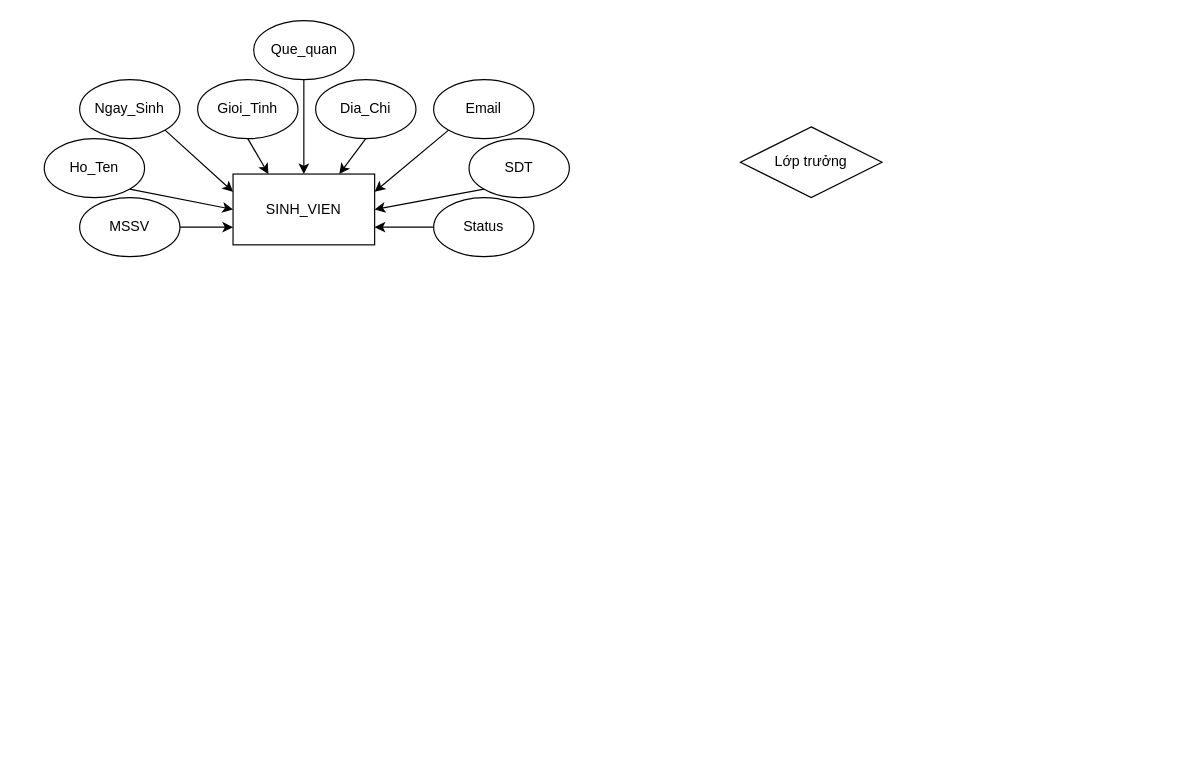
This is Untitled Diagram.drawio from JosephD0310/Database, a draw.io file, before an edit. Source tidied: cells renumbered, new cells numbered last; positions are measured from the earlier drawing's top-left corner, leaving out a move shared by most shapes. Both pictures are drawn from the tidied source at 118%, with x=0, y=0 at pixel (44, 20).
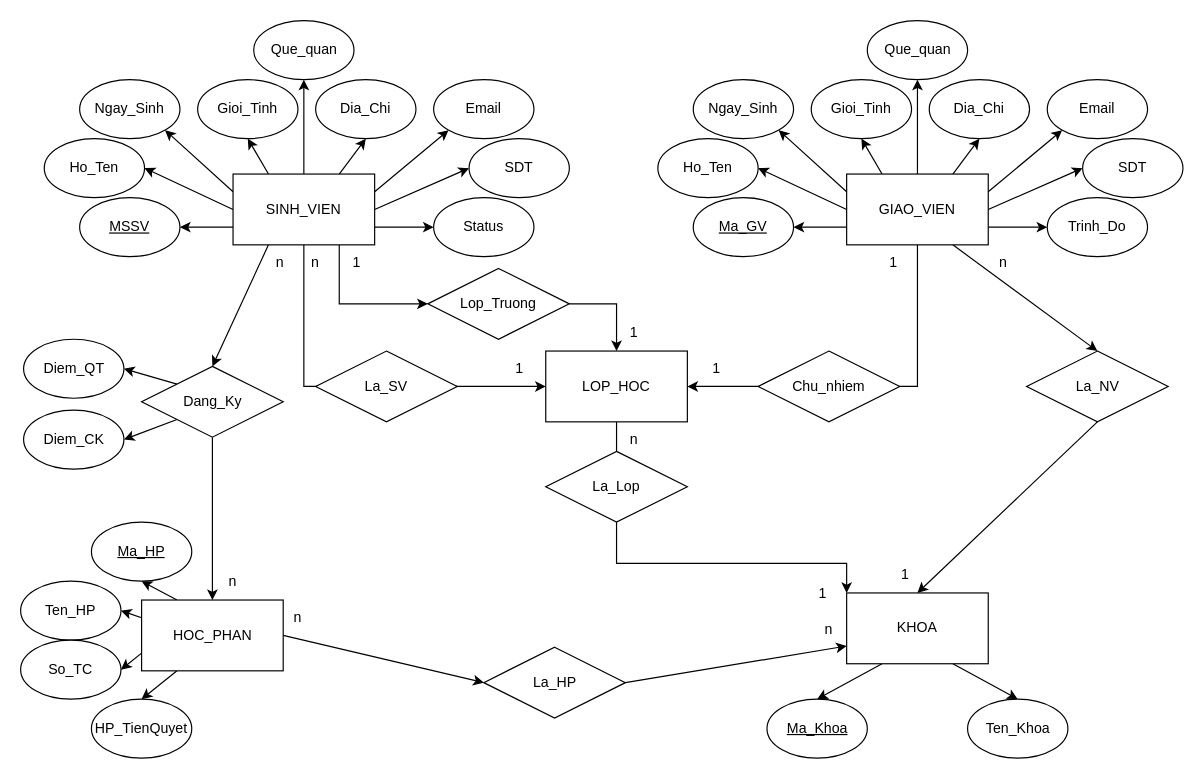
Above is the later version.

Unchanged cells that the change refers to:
```xml
<mxCell id="5" value="Ho_Ten" style="ellipse;whiteSpace=wrap;html=1;" parent="1" vertex="1">
  <mxGeometry y="100" width="85" height="50" as="geometry" />
</mxCell>
<mxCell id="7" value="Ngay_Sinh" style="ellipse;whiteSpace=wrap;html=1;" parent="1" vertex="1">
  <mxGeometry x="30" y="50" width="85" height="50" as="geometry" />
</mxCell>
<mxCell id="9" value="Que_quan" style="ellipse;whiteSpace=wrap;html=1;" parent="1" vertex="1">
  <mxGeometry x="177.5" width="85" height="50" as="geometry" />
</mxCell>
<mxCell id="11" value="Email" style="ellipse;whiteSpace=wrap;html=1;" parent="1" vertex="1">
  <mxGeometry x="330" y="50" width="85" height="50" as="geometry" />
</mxCell>
<mxCell id="13" value="SDT" style="ellipse;whiteSpace=wrap;html=1;" parent="1" vertex="1">
  <mxGeometry x="360" y="100" width="85" height="50" as="geometry" />
</mxCell>
<mxCell id="14" value="SINH_VIEN" style="rounded=0;whiteSpace=wrap;html=1;" parent="1" vertex="1">
  <mxGeometry x="160" y="130" width="120" height="60" as="geometry" />
</mxCell>
<mxCell id="17" value="Gioi_Tinh" style="ellipse;whiteSpace=wrap;html=1;" parent="1" vertex="1">
  <mxGeometry x="130" y="50" width="85" height="50" as="geometry" />
</mxCell>
<mxCell id="19" value="Dia_Chi" style="ellipse;whiteSpace=wrap;html=1;" parent="1" vertex="1">
  <mxGeometry x="230" y="50" width="85" height="50" as="geometry" />
</mxCell>
<mxCell id="21" value="Status" style="ellipse;whiteSpace=wrap;html=1;" parent="1" vertex="1">
  <mxGeometry x="330" y="150" width="85" height="50" as="geometry" />
</mxCell>
```

Change to the diagram source:
```diff
@@
-    <mxCell id="2" style="edgeStyle=none;rounded=0;jettySize=auto;html=1;exitX=1;exitY=0.5;exitDx=0;exitDy=0;entryX=0;entryY=0.75;entryDx=0;entryDy=0;" parent="1" edge="1" source="3" target="14">
-      <mxGeometry relative="1" as="geometry" />
-    </mxCell>
+    <mxCell id="22" style="edgeStyle=orthogonalEdgeStyle;rounded=0;jettySize=auto;html=1;exitX=0.5;exitY=1;exitDx=0;exitDy=0;" parent="1" edge="1" source="68" target="59">
+      <mxGeometry relative="1" as="geometry">
+        <Array as="points">
+          <mxPoint x="485" y="460" />
+          <mxPoint x="680" y="460" />
+        </Array>
+      </mxGeometry>
+    </mxCell>
-    <mxCell id="3" value="MSSV" style="ellipse;whiteSpace=wrap;html=1;" parent="1" vertex="1">
+    <mxCell id="3" value="&lt;u&gt;MSSV&lt;/u&gt;" style="ellipse;whiteSpace=wrap;html=1;" parent="1" vertex="1">
       <mxGeometry x="30" y="150" width="85" height="50" as="geometry" />
     </mxCell>
-    <mxCell id="4" style="edgeStyle=none;rounded=0;jettySize=auto;html=1;exitX=1;exitY=1;exitDx=0;exitDy=0;entryX=0;entryY=0.5;entryDx=0;entryDy=0;" parent="1" edge="1" source="5" target="14">
-      <mxGeometry relative="1" as="geometry" />
-    </mxCell>
@@
-    <mxCell id="6" style="edgeStyle=none;rounded=0;jettySize=auto;html=1;exitX=1;exitY=1;exitDx=0;exitDy=0;entryX=0;entryY=0.25;entryDx=0;entryDy=0;" parent="1" edge="1" source="7" target="14">
-      <mxGeometry relative="1" as="geometry" />
-    </mxCell>
@@
-    <mxCell id="8" style="edgeStyle=none;rounded=0;jettySize=auto;html=1;exitX=0.5;exitY=1;exitDx=0;exitDy=0;entryX=0.5;entryY=0;entryDx=0;entryDy=0;" parent="1" edge="1" source="9" target="14">
-      <mxGeometry relative="1" as="geometry" />
-    </mxCell>
@@
-    <mxCell id="10" style="edgeStyle=none;rounded=0;jettySize=auto;html=1;exitX=0;exitY=1;exitDx=0;exitDy=0;entryX=1;entryY=0.25;entryDx=0;entryDy=0;" parent="1" edge="1" source="11" target="14">
-      <mxGeometry relative="1" as="geometry" />
-    </mxCell>
@@
-    <mxCell id="12" style="edgeStyle=none;rounded=0;jettySize=auto;html=1;exitX=0;exitY=1;exitDx=0;exitDy=0;entryX=1;entryY=0.5;entryDx=0;entryDy=0;" parent="1" edge="1" source="13" target="14">
-      <mxGeometry relative="1" as="geometry" />
-    </mxCell>
@@
+    <mxCell id="23" style="edgeStyle=none;rounded=0;jettySize=auto;html=1;exitX=0;exitY=0.75;exitDx=0;exitDy=0;entryX=1;entryY=0.5;entryDx=0;entryDy=0;" parent="1" edge="1" source="14" target="3">
+      <mxGeometry relative="1" as="geometry" />
+    </mxCell>
+    <mxCell id="24" style="edgeStyle=none;rounded=0;jettySize=auto;html=1;exitX=0;exitY=0.5;exitDx=0;exitDy=0;entryX=1;entryY=0.5;entryDx=0;entryDy=0;" parent="1" edge="1" source="14" target="5">
+      <mxGeometry relative="1" as="geometry" />
+    </mxCell>
+    <mxCell id="25" style="edgeStyle=none;rounded=0;jettySize=auto;html=1;exitX=0;exitY=0.25;exitDx=0;exitDy=0;entryX=1;entryY=1;entryDx=0;entryDy=0;" parent="1" edge="1" source="14" target="7">
+      <mxGeometry relative="1" as="geometry" />
+    </mxCell>
+    <mxCell id="26" style="edgeStyle=none;rounded=0;jettySize=auto;html=1;exitX=0.25;exitY=0;exitDx=0;exitDy=0;entryX=0.5;entryY=1;entryDx=0;entryDy=0;" parent="1" edge="1" source="14" target="17">
+      <mxGeometry relative="1" as="geometry" />
+    </mxCell>
+    <mxCell id="27" style="edgeStyle=none;rounded=0;jettySize=auto;html=1;exitX=0.5;exitY=0;exitDx=0;exitDy=0;entryX=0.5;entryY=1;entryDx=0;entryDy=0;" parent="1" edge="1" source="14" target="9">
+      <mxGeometry relative="1" as="geometry" />
+    </mxCell>
+    <mxCell id="28" style="edgeStyle=none;rounded=0;jettySize=auto;html=1;exitX=0.75;exitY=0;exitDx=0;exitDy=0;entryX=0.5;entryY=1;entryDx=0;entryDy=0;" parent="1" edge="1" source="14" target="19">
+      <mxGeometry relative="1" as="geometry" />
+    </mxCell>
+    <mxCell id="29" style="edgeStyle=none;rounded=0;jettySize=auto;html=1;exitX=1;exitY=0.25;exitDx=0;exitDy=0;entryX=0;entryY=1;entryDx=0;entryDy=0;" parent="1" edge="1" source="14" target="11">
+      <mxGeometry relative="1" as="geometry" />
+    </mxCell>
+    <mxCell id="30" style="edgeStyle=none;rounded=0;jettySize=auto;html=1;exitX=1;exitY=0.5;exitDx=0;exitDy=0;entryX=0;entryY=0.5;entryDx=0;entryDy=0;" parent="1" edge="1" source="14" target="13">
+      <mxGeometry relative="1" as="geometry" />
+    </mxCell>
+    <mxCell id="31" style="edgeStyle=none;rounded=0;jettySize=auto;html=1;exitX=1;exitY=0.75;exitDx=0;exitDy=0;entryX=0;entryY=0.5;entryDx=0;entryDy=0;" parent="1" edge="1" source="14" target="21">
+      <mxGeometry relative="1" as="geometry" />
+    </mxCell>
+    <mxCell id="32" style="edgeStyle=orthogonalEdgeStyle;rounded=0;jettySize=auto;html=1;exitX=0.5;exitY=1;exitDx=0;exitDy=0;entryX=0;entryY=0.5;entryDx=0;entryDy=0;" parent="1" edge="1" source="14" target="68">
+      <mxGeometry relative="1" as="geometry" />
+    </mxCell>
+    <mxCell id="33" style="edgeStyle=orthogonalEdgeStyle;rounded=0;jettySize=auto;html=1;exitX=0.75;exitY=1;exitDx=0;exitDy=0;entryX=0;entryY=0.5;entryDx=0;entryDy=0;" parent="1" edge="1" source="14" target="15">
+      <mxGeometry relative="1" as="geometry" />
+    </mxCell>
+    <mxCell id="34" style="rounded=0;jettySize=auto;html=1;exitX=0.5;exitY=1;exitDx=0;exitDy=0;entryX=0.5;entryY=0;entryDx=0;entryDy=0;" parent="1" edge="1" source="95" target="81">
+      <mxGeometry relative="1" as="geometry" />
+    </mxCell>
@@
+    <mxCell id="35" style="edgeStyle=orthogonalEdgeStyle;rounded=0;jettySize=auto;html=1;exitX=1;exitY=0.5;exitDx=0;exitDy=0;" parent="1" edge="1" source="15" target="68">
+      <mxGeometry relative="1" as="geometry" />
+    </mxCell>
-    <mxCell id="15" value="Lớp trưởng" style="rhombus;whiteSpace=wrap;html=1;" parent="1" vertex="1">
-      <mxGeometry x="590" y="90" width="120" height="60" as="geometry" />
+    <mxCell id="15" value="Lop_Truong" style="rhombus;whiteSpace=wrap;html=1;" parent="1" vertex="1">
+      <mxGeometry x="325" y="210" width="120" height="60" as="geometry" />
     </mxCell>
-    <mxCell id="16" style="edgeStyle=none;rounded=0;jettySize=auto;html=1;exitX=0.5;exitY=1;exitDx=0;exitDy=0;entryX=0.25;entryY=0;entryDx=0;entryDy=0;" parent="1" edge="1" source="17" target="14">
-      <mxGeometry relative="1" as="geometry" />
-    </mxCell>
@@
-    <mxCell id="18" style="edgeStyle=none;rounded=0;jettySize=auto;html=1;exitX=0.5;exitY=1;exitDx=0;exitDy=0;entryX=0.75;entryY=0;entryDx=0;entryDy=0;" parent="1" edge="1" source="19" target="14">
-      <mxGeometry relative="1" as="geometry" />
-    </mxCell>
@@
-    <mxCell id="20" style="edgeStyle=none;rounded=0;jettySize=auto;html=1;exitX=0;exitY=0.5;exitDx=0;exitDy=0;entryX=1;entryY=0.75;entryDx=0;entryDy=0;" parent="1" edge="1" source="21" target="14">
-      <mxGeometry relative="1" as="geometry" />
-    </mxCell>
@@
+    <mxCell id="36" value="&lt;u&gt;Ma_GV&lt;/u&gt;" style="ellipse;whiteSpace=wrap;html=1;" parent="1" vertex="1">
+      <mxGeometry x="550" y="150" width="85" height="50" as="geometry" />
+    </mxCell>
+    <mxCell id="37" value="Ho_Ten" style="ellipse;whiteSpace=wrap;html=1;" parent="1" vertex="1">
+      <mxGeometry x="520" y="100" width="85" height="50" as="geometry" />
+    </mxCell>
+    <mxCell id="38" value="Ngay_Sinh" style="ellipse;whiteSpace=wrap;html=1;" parent="1" vertex="1">
+      <mxGeometry x="550" y="50" width="85" height="50" as="geometry" />
+    </mxCell>
+    <mxCell id="39" value="Que_quan" style="ellipse;whiteSpace=wrap;html=1;" parent="1" vertex="1">
+      <mxGeometry x="697.5" width="85" height="50" as="geometry" />
+    </mxCell>
+    <mxCell id="40" value="Email" style="ellipse;whiteSpace=wrap;html=1;" parent="1" vertex="1">
+      <mxGeometry x="850" y="50" width="85" height="50" as="geometry" />
+    </mxCell>
+    <mxCell id="41" value="SDT" style="ellipse;whiteSpace=wrap;html=1;" parent="1" vertex="1">
+      <mxGeometry x="880" y="100" width="85" height="50" as="geometry" />
+    </mxCell>
+    <mxCell id="42" style="edgeStyle=none;rounded=0;jettySize=auto;html=1;exitX=0;exitY=0.75;exitDx=0;exitDy=0;entryX=1;entryY=0.5;entryDx=0;entryDy=0;" parent="1" edge="1" source="53" target="36">
+      <mxGeometry relative="1" as="geometry" />
+    </mxCell>
+    <mxCell id="43" style="edgeStyle=none;rounded=0;jettySize=auto;html=1;exitX=0;exitY=0.5;exitDx=0;exitDy=0;entryX=1;entryY=0.5;entryDx=0;entryDy=0;" parent="1" edge="1" source="53" target="37">
+      <mxGeometry relative="1" as="geometry" />
+    </mxCell>
+    <mxCell id="44" style="edgeStyle=none;rounded=0;jettySize=auto;html=1;exitX=0;exitY=0.25;exitDx=0;exitDy=0;entryX=1;entryY=1;entryDx=0;entryDy=0;" parent="1" edge="1" source="53" target="38">
+      <mxGeometry relative="1" as="geometry" />
+    </mxCell>
+    <mxCell id="45" style="edgeStyle=none;rounded=0;jettySize=auto;html=1;exitX=0.25;exitY=0;exitDx=0;exitDy=0;entryX=0.5;entryY=1;entryDx=0;entryDy=0;" parent="1" edge="1" source="53" target="54">
+      <mxGeometry relative="1" as="geometry" />
+    </mxCell>
+    <mxCell id="46" style="edgeStyle=none;rounded=0;jettySize=auto;html=1;exitX=0.5;exitY=0;exitDx=0;exitDy=0;entryX=0.5;entryY=1;entryDx=0;entryDy=0;" parent="1" edge="1" source="53" target="39">
+      <mxGeometry relative="1" as="geometry" />
+    </mxCell>
+    <mxCell id="47" style="edgeStyle=none;rounded=0;jettySize=auto;html=1;exitX=0.75;exitY=0;exitDx=0;exitDy=0;entryX=0.5;entryY=1;entryDx=0;entryDy=0;" parent="1" edge="1" source="53" target="55">
+      <mxGeometry relative="1" as="geometry" />
+    </mxCell>
+    <mxCell id="48" style="edgeStyle=none;rounded=0;jettySize=auto;html=1;exitX=1;exitY=0.25;exitDx=0;exitDy=0;entryX=0;entryY=1;entryDx=0;entryDy=0;" parent="1" edge="1" source="53" target="40">
+      <mxGeometry relative="1" as="geometry" />
+    </mxCell>
+    <mxCell id="49" style="edgeStyle=none;rounded=0;jettySize=auto;html=1;exitX=1;exitY=0.5;exitDx=0;exitDy=0;entryX=0;entryY=0.5;entryDx=0;entryDy=0;" parent="1" edge="1" source="53" target="41">
+      <mxGeometry relative="1" as="geometry" />
+    </mxCell>
+    <mxCell id="50" style="edgeStyle=none;rounded=0;jettySize=auto;html=1;exitX=1;exitY=0.75;exitDx=0;exitDy=0;entryX=0;entryY=0.5;entryDx=0;entryDy=0;" parent="1" edge="1" source="53" target="56">
+      <mxGeometry relative="1" as="geometry" />
+    </mxCell>
+    <mxCell id="51" style="edgeStyle=orthogonalEdgeStyle;rounded=0;jettySize=auto;html=1;exitX=0.5;exitY=1;exitDx=0;exitDy=0;entryX=1;entryY=0.5;entryDx=0;entryDy=0;" parent="1" edge="1" source="53" target="68">
+      <mxGeometry relative="1" as="geometry" />
+    </mxCell>
+    <mxCell id="52" style="edgeStyle=none;rounded=0;jettySize=auto;html=1;exitX=0.75;exitY=1;exitDx=0;exitDy=0;entryX=0.5;entryY=0;entryDx=0;entryDy=0;" parent="1" edge="1" source="53" target="73">
+      <mxGeometry relative="1" as="geometry" />
+    </mxCell>
+    <mxCell id="53" value="GIAO_VIEN" style="rounded=0;whiteSpace=wrap;html=1;" parent="1" vertex="1">
+      <mxGeometry x="680" y="130" width="120" height="60" as="geometry" />
+    </mxCell>
+    <mxCell id="54" value="Gioi_Tinh" style="ellipse;whiteSpace=wrap;html=1;" parent="1" vertex="1">
+      <mxGeometry x="650" y="50" width="85" height="50" as="geometry" />
+    </mxCell>
+    <mxCell id="55" value="Dia_Chi" style="ellipse;whiteSpace=wrap;html=1;" parent="1" vertex="1">
+      <mxGeometry x="750" y="50" width="85" height="50" as="geometry" />
+    </mxCell>
+    <mxCell id="56" value="Trinh_Do" style="ellipse;whiteSpace=wrap;html=1;" parent="1" vertex="1">
+      <mxGeometry x="850" y="150" width="85" height="50" as="geometry" />
+    </mxCell>
+    <mxCell id="57" style="edgeStyle=none;rounded=0;jettySize=auto;html=1;exitX=0.25;exitY=1;exitDx=0;exitDy=0;entryX=0.5;entryY=0;entryDx=0;entryDy=0;" parent="1" edge="1" source="59" target="60">
+      <mxGeometry relative="1" as="geometry" />
+    </mxCell>
+    <mxCell id="58" style="edgeStyle=none;rounded=0;jettySize=auto;html=1;exitX=0.75;exitY=1;exitDx=0;exitDy=0;entryX=0.5;entryY=0;entryDx=0;entryDy=0;" parent="1" edge="1" source="59" target="61">
+      <mxGeometry relative="1" as="geometry" />
+    </mxCell>
+    <mxCell id="59" value="KHOA" style="rounded=0;whiteSpace=wrap;html=1;" parent="1" vertex="1">
+      <mxGeometry x="680" y="485" width="120" height="60" as="geometry" />
+    </mxCell>
+    <mxCell id="60" value="&lt;u&gt;Ma_Khoa&lt;/u&gt;" style="ellipse;whiteSpace=wrap;html=1;" parent="1" vertex="1">
+      <mxGeometry x="612.5" y="575" width="85" height="50" as="geometry" />
+    </mxCell>
+    <mxCell id="61" value="Ten_Khoa" style="ellipse;whiteSpace=wrap;html=1;" parent="1" vertex="1">
+      <mxGeometry x="782.5" y="575" width="85" height="50" as="geometry" />
+    </mxCell>
+    <mxCell id="62" value="n" style="text;html=1;strokeColor=none;fillColor=none;align=center;verticalAlign=middle;whiteSpace=wrap;rounded=0;" parent="1" vertex="1">
+      <mxGeometry x="200" y="190" width="60" height="30" as="geometry" />
+    </mxCell>
+    <mxCell id="63" value="1" style="text;html=1;strokeColor=none;fillColor=none;align=center;verticalAlign=middle;whiteSpace=wrap;rounded=0;" parent="1" vertex="1">
+      <mxGeometry x="372.5" y="280" width="60" height="30" as="geometry" />
+    </mxCell>
+    <mxCell id="64" value="n" style="text;html=1;strokeColor=none;fillColor=none;align=center;verticalAlign=middle;whiteSpace=wrap;rounded=0;" parent="1" vertex="1">
+      <mxGeometry x="470" y="340" width="60" height="30" as="geometry" />
+    </mxCell>
+    <mxCell id="65" value="1" style="text;html=1;strokeColor=none;fillColor=none;align=center;verticalAlign=middle;whiteSpace=wrap;rounded=0;" parent="1" vertex="1">
+      <mxGeometry x="690" y="190" width="60" height="30" as="geometry" />
+    </mxCell>
+    <mxCell id="66" value="1" style="text;html=1;strokeColor=none;fillColor=none;align=center;verticalAlign=middle;whiteSpace=wrap;rounded=0;" parent="1" vertex="1">
+      <mxGeometry x="540" y="280" width="60" height="30" as="geometry" />
+    </mxCell>
+    <mxCell id="67" value="1" style="text;html=1;strokeColor=none;fillColor=none;align=center;verticalAlign=middle;whiteSpace=wrap;rounded=0;" parent="1" vertex="1">
+      <mxGeometry x="630" y="471" width="60" height="30" as="geometry" />
+    </mxCell>
+    <mxCell id="68" value="LOP_HOC" style="rounded=0;whiteSpace=wrap;html=1;" parent="1" vertex="1">
+      <mxGeometry x="425" y="280" width="120" height="60" as="geometry" />
+    </mxCell>
+    <mxCell id="69" value="La_SV" style="rhombus;whiteSpace=wrap;html=1;" parent="1" vertex="1">
+      <mxGeometry x="230" y="280" width="120" height="60" as="geometry" />
+    </mxCell>
+    <mxCell id="70" value="Chu_nhiem" style="rhombus;whiteSpace=wrap;html=1;" parent="1" vertex="1">
+      <mxGeometry x="605" y="280" width="120" height="60" as="geometry" />
+    </mxCell>
+    <mxCell id="71" value="La_Lop" style="rhombus;whiteSpace=wrap;html=1;" parent="1" vertex="1">
+      <mxGeometry x="425" y="365" width="120" height="60" as="geometry" />
+    </mxCell>
+    <mxCell id="72" style="edgeStyle=none;rounded=0;jettySize=auto;html=1;exitX=0.5;exitY=1;exitDx=0;exitDy=0;entryX=0.5;entryY=0;entryDx=0;entryDy=0;" parent="1" edge="1" source="73" target="59">
+      <mxGeometry relative="1" as="geometry" />
+    </mxCell>
+    <mxCell id="73" value="La_NV" style="rhombus;whiteSpace=wrap;html=1;" parent="1" vertex="1">
+      <mxGeometry x="832.5" y="280" width="120" height="60" as="geometry" />
+    </mxCell>
+    <mxCell id="74" value="1" style="text;html=1;strokeColor=none;fillColor=none;align=center;verticalAlign=middle;whiteSpace=wrap;rounded=0;" parent="1" vertex="1">
+      <mxGeometry x="700" y="455" width="60" height="30" as="geometry" />
+    </mxCell>
+    <mxCell id="75" value="n" style="text;html=1;strokeColor=none;fillColor=none;align=center;verticalAlign=middle;whiteSpace=wrap;rounded=0;" parent="1" vertex="1">
+      <mxGeometry x="782.5" y="190" width="60" height="30" as="geometry" />
+    </mxCell>
+    <mxCell id="76" style="edgeStyle=none;rounded=0;jettySize=auto;html=1;exitX=0.25;exitY=0;exitDx=0;exitDy=0;entryX=0.5;entryY=1;entryDx=0;entryDy=0;" parent="1" edge="1" source="81" target="82">
+      <mxGeometry relative="1" as="geometry" />
+    </mxCell>
+    <mxCell id="77" style="edgeStyle=none;rounded=0;jettySize=auto;html=1;exitX=0;exitY=0.25;exitDx=0;exitDy=0;entryX=1;entryY=0.5;entryDx=0;entryDy=0;" parent="1" edge="1" source="81" target="83">
+      <mxGeometry relative="1" as="geometry" />
+    </mxCell>
+    <mxCell id="78" style="edgeStyle=none;rounded=0;jettySize=auto;html=1;exitX=0;exitY=0.75;exitDx=0;exitDy=0;entryX=1;entryY=0.5;entryDx=0;entryDy=0;" parent="1" edge="1" source="81" target="84">
+      <mxGeometry relative="1" as="geometry" />
+    </mxCell>
+    <mxCell id="79" style="edgeStyle=none;rounded=0;jettySize=auto;html=1;exitX=0.25;exitY=1;exitDx=0;exitDy=0;entryX=0.5;entryY=0;entryDx=0;entryDy=0;" parent="1" edge="1" source="81" target="85">
+      <mxGeometry relative="1" as="geometry" />
+    </mxCell>
+    <mxCell id="80" style="rounded=0;jettySize=auto;html=1;exitX=1;exitY=0.5;exitDx=0;exitDy=0;entryX=0;entryY=0.5;entryDx=0;entryDy=0;" parent="1" edge="1" source="81" target="91">
+      <mxGeometry relative="1" as="geometry" />
+    </mxCell>
+    <mxCell id="81" value="HOC_PHAN" style="rounded=0;whiteSpace=wrap;html=1;" parent="1" vertex="1">
+      <mxGeometry x="82.5" y="491" width="120" height="60" as="geometry" />
+    </mxCell>
+    <mxCell id="82" value="&lt;u&gt;Ma_HP&lt;/u&gt;" style="ellipse;whiteSpace=wrap;html=1;" parent="1" vertex="1">
+      <mxGeometry x="40" y="425" width="85" height="50" as="geometry" />
+    </mxCell>
+    <mxCell id="83" value="Ten_HP" style="ellipse;whiteSpace=wrap;html=1;" parent="1" vertex="1">
+      <mxGeometry x="-20" y="475" width="85" height="50" as="geometry" />
+    </mxCell>
+    <mxCell id="84" value="So_TC" style="ellipse;whiteSpace=wrap;html=1;" parent="1" vertex="1">
+      <mxGeometry x="-20" y="525" width="85" height="50" as="geometry" />
+    </mxCell>
+    <mxCell id="85" value="HP_TienQuyet" style="ellipse;whiteSpace=wrap;html=1;" parent="1" vertex="1">
+      <mxGeometry x="40" y="575" width="85" height="50" as="geometry" />
+    </mxCell>
+    <mxCell id="86" value="1" style="text;html=1;strokeColor=none;fillColor=none;align=center;verticalAlign=middle;whiteSpace=wrap;rounded=0;" parent="1" vertex="1">
+      <mxGeometry x="235" y="190" width="60" height="30" as="geometry" />
+    </mxCell>
+    <mxCell id="87" value="1" style="text;html=1;strokeColor=none;fillColor=none;align=center;verticalAlign=middle;whiteSpace=wrap;rounded=0;" parent="1" vertex="1">
+      <mxGeometry x="470" y="250" width="60" height="30" as="geometry" />
+    </mxCell>
+    <mxCell id="88" value="n" style="text;html=1;strokeColor=none;fillColor=none;align=center;verticalAlign=middle;whiteSpace=wrap;rounded=0;" parent="1" vertex="1">
+      <mxGeometry x="170" y="190" width="60" height="30" as="geometry" />
+    </mxCell>
+    <mxCell id="89" value="n" style="text;html=1;strokeColor=none;fillColor=none;align=center;verticalAlign=middle;whiteSpace=wrap;rounded=0;" parent="1" vertex="1">
+      <mxGeometry x="129.5" y="461" width="60" height="30" as="geometry" />
+    </mxCell>
+    <mxCell id="90" style="rounded=0;jettySize=auto;html=1;exitX=1;exitY=0.5;exitDx=0;exitDy=0;entryX=0;entryY=0.75;entryDx=0;entryDy=0;" parent="1" edge="1" source="91" target="59">
+      <mxGeometry relative="1" as="geometry" />
+    </mxCell>
+    <mxCell id="91" value="La_HP" style="rhombus;whiteSpace=wrap;html=1;" parent="1" vertex="1">
+      <mxGeometry x="372.5" y="531" width="120" height="60" as="geometry" />
+    </mxCell>
+    <mxCell id="92" style="rounded=0;jettySize=auto;html=1;exitX=0.25;exitY=1;exitDx=0;exitDy=0;entryX=0.5;entryY=0;entryDx=0;entryDy=0;" parent="1" edge="1" source="14" target="95">
+      <mxGeometry relative="1" as="geometry" />
+    </mxCell>
+    <mxCell id="93" style="edgeStyle=none;rounded=0;jettySize=auto;html=1;exitX=0;exitY=0;exitDx=0;exitDy=0;entryX=1;entryY=0.5;entryDx=0;entryDy=0;" parent="1" edge="1" source="95" target="98">
+      <mxGeometry relative="1" as="geometry" />
+    </mxCell>
+    <mxCell id="94" style="edgeStyle=none;rounded=0;jettySize=auto;html=1;exitX=0;exitY=1;exitDx=0;exitDy=0;entryX=1;entryY=0.5;entryDx=0;entryDy=0;" parent="1" edge="1" source="95" target="99">
+      <mxGeometry relative="1" as="geometry" />
+    </mxCell>
+    <mxCell id="95" value="Dang_Ky" style="rhombus;whiteSpace=wrap;html=1;" parent="1" vertex="1">
+      <mxGeometry x="82.5" y="293" width="120" height="60" as="geometry" />
+    </mxCell>
+    <mxCell id="96" value="n" style="text;html=1;strokeColor=none;fillColor=none;align=center;verticalAlign=middle;whiteSpace=wrap;rounded=0;" parent="1" vertex="1">
+      <mxGeometry x="185" y="491" width="60" height="30" as="geometry" />
+    </mxCell>
+    <mxCell id="97" value="n" style="text;html=1;strokeColor=none;fillColor=none;align=center;verticalAlign=middle;whiteSpace=wrap;rounded=0;" parent="1" vertex="1">
+      <mxGeometry x="635" y="501" width="60" height="30" as="geometry" />
+    </mxCell>
+    <mxCell id="98" value="Diem_QT" style="ellipse;whiteSpace=wrap;html=1;" parent="1" vertex="1">
+      <mxGeometry x="-17.5" y="270" width="85" height="50" as="geometry" />
+    </mxCell>
+    <mxCell id="99" value="Diem_CK" style="ellipse;whiteSpace=wrap;html=1;" parent="1" vertex="1">
+      <mxGeometry x="-17.5" y="330" width="85" height="50" as="geometry" />
+    </mxCell>
```
